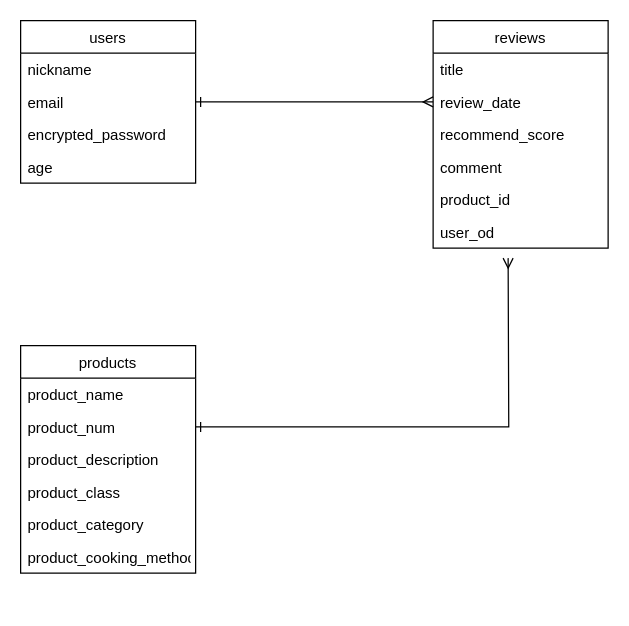
This is reito-36114.dio from yanagiraku/reito-36114-app, a draw.io file, before an edit. Source tidied: cells renumbered, new cells numbered last; positions are measured from the earlier drawing's top-left corner, leaving out a move shared by most shapes. Both pictures are drawn from the tidied source at 125%, with x=0, y=0 at pixel (20, 20).
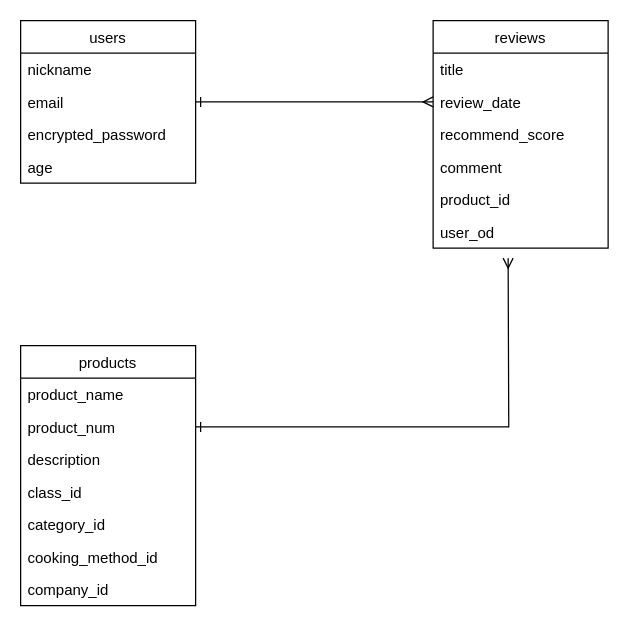
Above is the later version.

Change to the diagram source:
```diff
@@
     <mxCell id="7" value="products" style="swimlane;fontStyle=0;horizontal=1;startSize=26;" parent="1" vertex="1">
-      <mxGeometry y="260" width="140" height="182" as="geometry" />
+      <mxGeometry y="260" width="140" height="208" as="geometry" />
     </mxCell>
@@
-    <mxCell id="10" value="product_description" style="text;strokeColor=none;fillColor=none;align=left;verticalAlign=top;spacingLeft=4;spacingRight=4;overflow=hidden;" parent="7" vertex="1">
+    <mxCell id="10" value="description" style="text;strokeColor=none;fillColor=none;align=left;verticalAlign=top;spacingLeft=4;spacingRight=4;overflow=hidden;" parent="7" vertex="1">
       <mxGeometry y="78" width="140" height="26" as="geometry" />
     </mxCell>
-    <mxCell id="11" value="product_class" style="text;strokeColor=none;fillColor=none;align=left;verticalAlign=top;spacingLeft=4;spacingRight=4;overflow=hidden;" parent="7" vertex="1">
+    <mxCell id="11" value="class_id" style="text;strokeColor=none;fillColor=none;align=left;verticalAlign=top;spacingLeft=4;spacingRight=4;overflow=hidden;" parent="7" vertex="1">
       <mxGeometry y="104" width="140" height="26" as="geometry" />
     </mxCell>
-    <mxCell id="12" value="product_category" style="text;strokeColor=none;fillColor=none;align=left;verticalAlign=top;spacingLeft=4;spacingRight=4;overflow=hidden;" parent="7" vertex="1">
+    <mxCell id="12" value="category_id" style="text;strokeColor=none;fillColor=none;align=left;verticalAlign=top;spacingLeft=4;spacingRight=4;overflow=hidden;" parent="7" vertex="1">
       <mxGeometry y="130" width="140" height="26" as="geometry" />
     </mxCell>
+    <mxCell id="23" value="cooking_method_id" style="text;strokeColor=none;fillColor=none;align=left;verticalAlign=top;spacingLeft=4;spacingRight=4;overflow=hidden;" parent="7" vertex="1">
+      <mxGeometry y="156" width="140" height="26" as="geometry" />
+    </mxCell>
-    <mxCell id="13" value="product_cooking_method" style="text;strokeColor=none;fillColor=none;align=left;verticalAlign=top;spacingLeft=4;spacingRight=4;overflow=hidden;" parent="7" vertex="1">
-      <mxGeometry y="156" width="140" height="26" as="geometry" />
+    <mxCell id="13" value="company_id" style="text;strokeColor=none;fillColor=none;align=left;verticalAlign=top;spacingLeft=4;spacingRight=4;overflow=hidden;" parent="7" vertex="1">
+      <mxGeometry y="182" width="140" height="26" as="geometry" />
     </mxCell>
```
